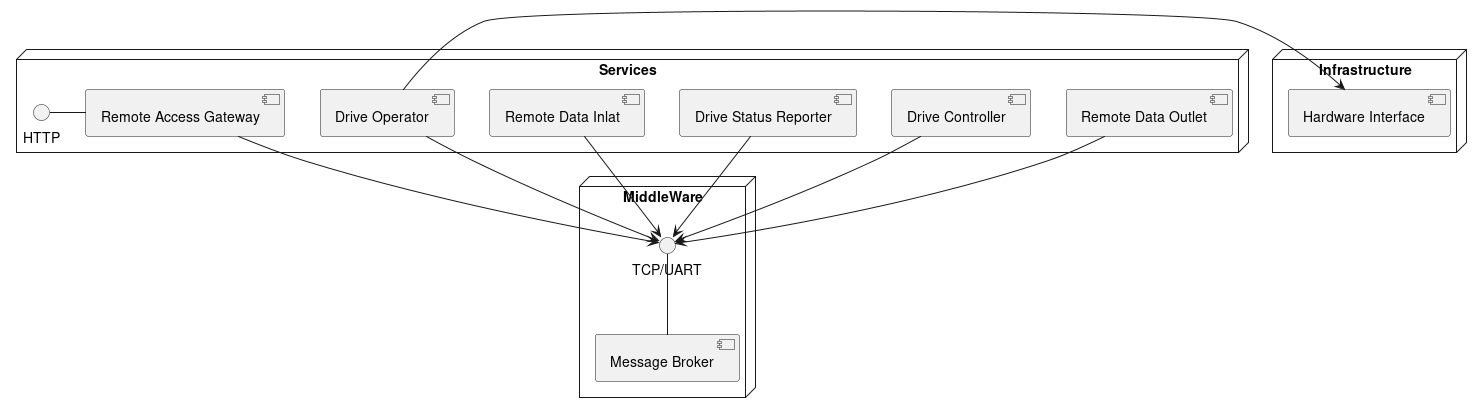
Earlier version of the PlantUML export design/components.png (The-Arkitekt/the-robot).
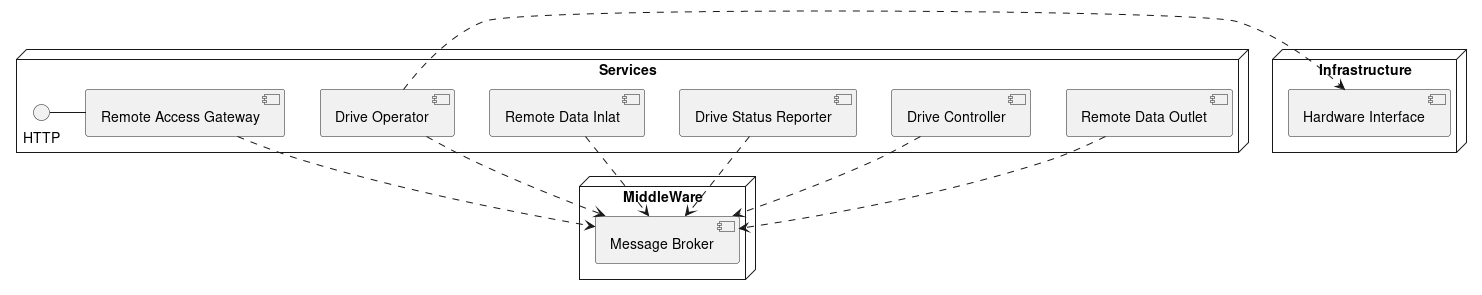
Above is the later version.

Diff of the diagram source:
```diff
@@ -13,21 +13,19 @@
 
 node "MiddleWare" {
   [Message Broker] as MB
-
-  "TCP/UART" -down- MB
 }
 
 node "Infrastructure" {
   [Hardware Interface] as HI
 }
 
-RAG -down-> "TCP/UART"
-RDI -down-> "TCP/UART"
-DSR -down-> "TCP/UART"
-DC  -down-> "TCP/UART"
-DO  -down-> "TCP/UART"
-RDO -down-> "TCP/UART"
+RAG .down.> MB
+RDI .down.> MB
+DSR .down.> MB
+DC  .down.> MB
+DO  .down.> MB
+RDO .down.> MB
 
-DO -right-> HI
+DO .right.> HI
 
 @enduml
```
